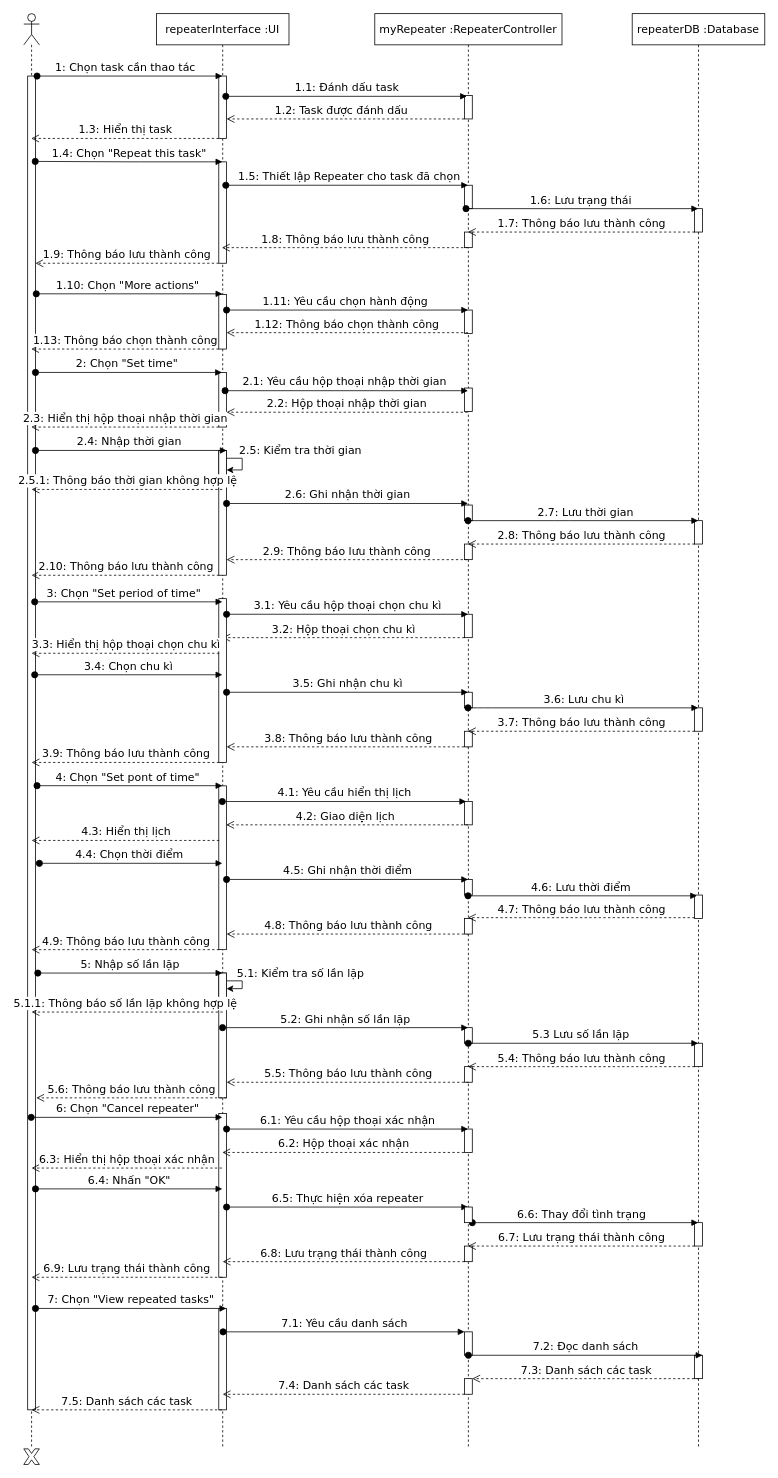
The draw.io diagram ToDoApp-Doc/Document/Diagram/Sequence Diagram/Repeater/Repeater-SD-final.drawio in Merevoli-DatLuu/To-Do-App, before the edit. Source tidied: cells renumbered, new cells numbered last; positions are measured from the earlier drawing's top-left corner, leaving out a move shared by most shapes. Both pictures are drawn from the tidied source at 78%, with x=0, y=0 at pixel (23, 13).
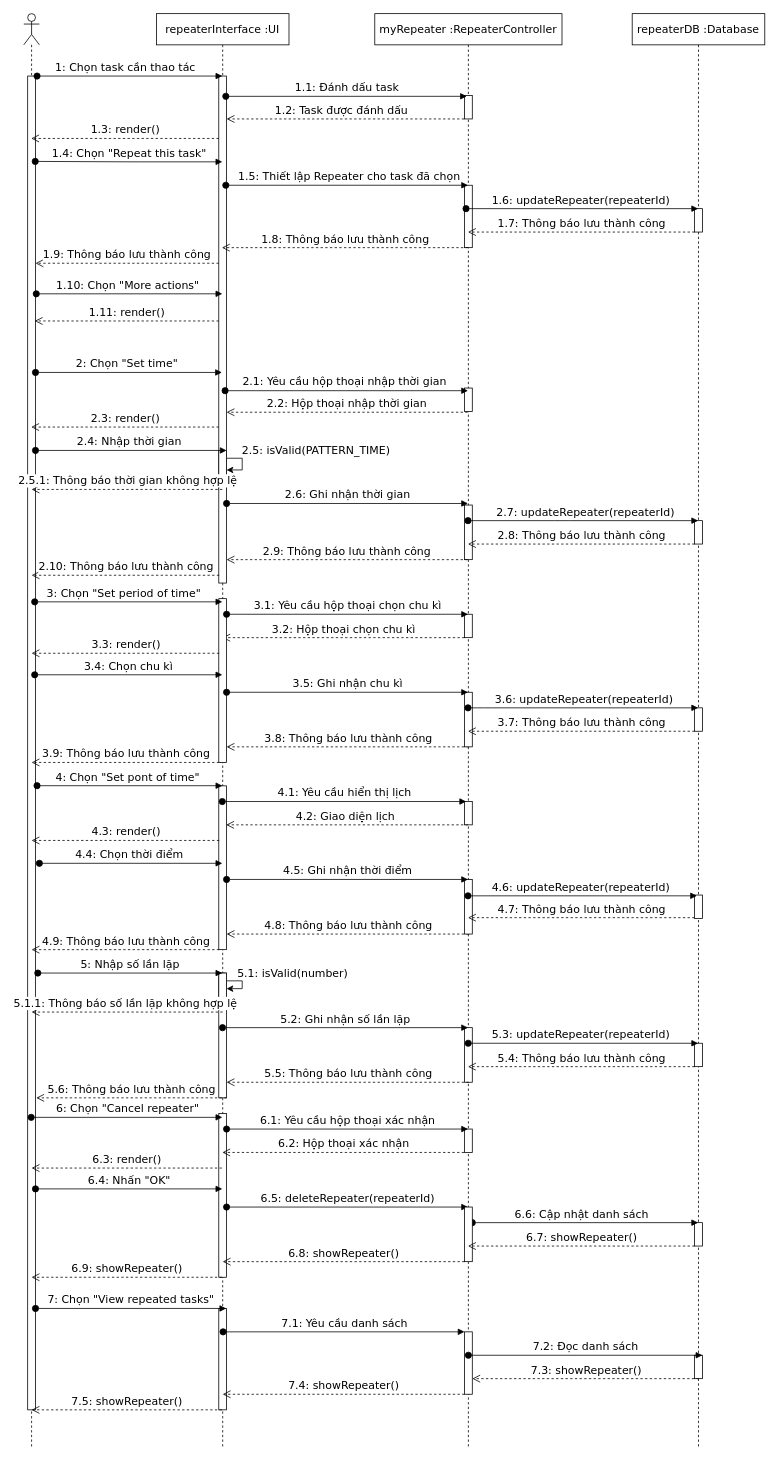
The same diagram, later.

Commit message (it also covers changes not shown here):
[Modified]: Edit Repeater Sequence Diagram

Unchanged cells that the change refers to:
```xml
<mxCell id="2" value="repeaterInterface :UI" style="shape=umlLifeline;perimeter=lifelinePerimeter;whiteSpace=wrap;outlineConnect=0;fontFamily=Verdana;fontSize=14;html=1;" parent="1" vertex="1">
  <mxGeometry x="170" width="170" height="1840" as="geometry" />
</mxCell>
<mxCell id="20" style="shape=umlLifeline;participant=umlActor;perimeter=lifelinePerimeter;whiteSpace=wrap;verticalAlign=top;spacingTop=36;outlineConnect=0;fontFamily=Verdana;fontSize=14;html=1;" parent="1" vertex="1">
  <mxGeometry width="20" height="1840" as="geometry" />
</mxCell>
<mxCell id="25" value="myRepeater :RepeaterController" style="shape=umlLifeline;perimeter=lifelinePerimeter;whiteSpace=wrap;outlineConnect=0;fontFamily=Verdana;fontSize=14;html=1;" parent="1" vertex="1">
  <mxGeometry x="450" width="240" height="1840" as="geometry" />
</mxCell>
<mxCell id="45" value="repeaterDB :Database" style="shape=umlLifeline;perimeter=lifelinePerimeter;whiteSpace=wrap;outlineConnect=0;fontFamily=Verdana;fontSize=14;align=center;html=1;" parent="1" vertex="1">
  <mxGeometry x="780" width="170" height="1840" as="geometry" />
</mxCell>
```

Diff of the diagram source:
```diff
@@
     <mxCell id="10" style="points=[];perimeter=orthogonalPerimeter;fontFamily=Verdana;fontSize=14;html=1;" parent="2" vertex="1">
-      <mxGeometry x="80" y="80" width="10" height="80" as="geometry" />
+      <mxGeometry x="80" y="80" width="10" height="650" as="geometry" />
     </mxCell>
-    <mxCell id="11" style="perimeter=orthogonalPerimeter;fontFamily=Verdana;fontSize=14;html=1;" parent="2" vertex="1">
-      <mxGeometry x="80" y="190" width="10" height="130" as="geometry" />
-    </mxCell>
-    <mxCell id="12" style="points=[];perimeter=orthogonalPerimeter;fontFamily=Verdana;fontSize=14;html=1;" parent="2" vertex="1">
-      <mxGeometry x="80" y="360" width="10" height="70" as="geometry" />
-    </mxCell>
-    <mxCell id="13" style="perimeter=orthogonalPerimeter;fontFamily=Verdana;fontSize=14;html=1;" parent="2" vertex="1">
-      <mxGeometry x="80" y="460" width="10" height="70" as="geometry" />
-    </mxCell>
-    <mxCell id="14" style="html=1;perimeter=orthogonalPerimeter;fontFamily=Verdana;fontSize=14;" parent="2" vertex="1">
-      <mxGeometry x="80" y="560" width="10" height="160" as="geometry" />
-    </mxCell>
@@
     <mxCell id="27" style="perimeter=orthogonalPerimeter;fontFamily=Verdana;fontSize=14;html=1;" parent="25" vertex="1">
-      <mxGeometry x="115" y="1690" width="10" height="30" as="geometry" />
+      <mxGeometry x="115" y="1690" width="10" height="80" as="geometry" />
     </mxCell>
@@
     <mxCell id="29" style="perimeter=orthogonalPerimeter;fontFamily=Verdana;fontSize=14;html=1;" parent="25" vertex="1">
-      <mxGeometry x="115" y="220" width="10" height="30" as="geometry" />
+      <mxGeometry x="115" y="220" width="10" height="80" as="geometry" />
     </mxCell>
-    <mxCell id="30" style="perimeter=orthogonalPerimeter;fontFamily=Verdana;fontSize=14;html=1;" parent="25" vertex="1">
-      <mxGeometry x="115" y="280" width="10" height="20" as="geometry" />
-    </mxCell>
-    <mxCell id="31" style="perimeter=orthogonalPerimeter;fontFamily=Verdana;fontSize=14;html=1;" parent="25" vertex="1">
-      <mxGeometry x="115" y="380" width="10" height="30" as="geometry" />
-    </mxCell>
@@
-    <mxCell id="33" style="perimeter=orthogonalPerimeter;fontFamily=Verdana;fontSize=14;html=1;" parent="25" vertex="1">
-      <mxGeometry x="115" y="630" width="10" height="20" as="geometry" />
-    </mxCell>
-    <mxCell id="34" style="perimeter=orthogonalPerimeter;fontFamily=Verdana;fontSize=14;html=1;" parent="25" vertex="1">
-      <mxGeometry x="115" y="680" width="10" height="20" as="geometry" />
-    </mxCell>
@@
-    <mxCell id="36" style="perimeter=orthogonalPerimeter;fontFamily=Verdana;fontSize=14;html=1;" parent="25" vertex="1">
-      <mxGeometry x="115" y="870" width="10" height="20" as="geometry" />
-    </mxCell>
-    <mxCell id="37" style="perimeter=orthogonalPerimeter;fontFamily=Verdana;fontSize=14;html=1;" parent="25" vertex="1">
-      <mxGeometry x="115" y="920" width="10" height="20" as="geometry" />
-    </mxCell>
@@
-    <mxCell id="39" style="perimeter=orthogonalPerimeter;fontFamily=Verdana;fontSize=14;html=1;" parent="25" vertex="1">
-      <mxGeometry x="115" y="1160" width="10" height="20" as="geometry" />
-    </mxCell>
     <mxCell id="40" style="perimeter=orthogonalPerimeter;fontFamily=Verdana;fontSize=14;html=1;" parent="25" vertex="1">
-      <mxGeometry x="115" y="1110" width="10" height="20" as="geometry" />
+      <mxGeometry x="115" y="1110" width="10" height="70" as="geometry" />
     </mxCell>
-    <mxCell id="41" style="perimeter=orthogonalPerimeter;fontFamily=Verdana;fontSize=14;html=1;" parent="25" vertex="1">
-      <mxGeometry x="115" y="1350" width="10" height="20" as="geometry" />
-    </mxCell>
     <mxCell id="42" style="perimeter=orthogonalPerimeter;fontFamily=Verdana;fontSize=14;html=1;" parent="25" vertex="1">
-      <mxGeometry x="115" y="1300" width="10" height="20" as="geometry" />
+      <mxGeometry x="115" y="1300" width="10" height="70" as="geometry" />
     </mxCell>
-    <mxCell id="43" style="perimeter=orthogonalPerimeter;fontFamily=Verdana;fontSize=14;html=1;" parent="25" vertex="1">
-      <mxGeometry x="115" y="1580" width="10" height="20" as="geometry" />
-    </mxCell>
-    <mxCell id="44" style="perimeter=orthogonalPerimeter;fontFamily=Verdana;fontSize=14;html=1;" parent="25" vertex="1">
-      <mxGeometry x="115" y="1750" width="10" height="20" as="geometry" />
-    </mxCell>
+    <mxCell id="119" style="perimeter=orthogonalPerimeter;fontFamily=Verdana;fontSize=14;html=1;" parent="25" vertex="1">
+      <mxGeometry x="115" y="630" width="10" height="70" as="geometry" />
+    </mxCell>
+    <mxCell id="120" style="html=1;perimeter=orthogonalPerimeter;fontFamily=Verdana;fontSize=14;" parent="25" vertex="1">
+      <mxGeometry x="115" y="870" width="10" height="70" as="geometry" />
+    </mxCell>
@@
-    <mxCell id="55" value="1.6: Lưu trạng thái" style="verticalAlign=bottom;startArrow=oval;startFill=1;endArrow=block;startSize=8;fontFamily=Verdana;fontSize=14;html=1;" parent="1" edge="1" target="45">
+    <mxCell id="55" value="1.6: updateRepeater(repeaterId)" style="verticalAlign=bottom;startArrow=oval;startFill=1;endArrow=block;startSize=8;fontFamily=Verdana;fontSize=14;html=1;" parent="1" edge="1" target="45">
       <mxGeometry x="-0.01" relative="1" as="geometry">
         <mxPoint x="567" y="250" as="sourcePoint" />
       </mxGeometry>
     </mxCell>
@@
-    <mxCell id="60" value="1.11: Yêu cầu chọn hành động" style="verticalAlign=bottom;startArrow=oval;startFill=1;endArrow=block;startSize=8;fontFamily=Verdana;fontSize=14;html=1;" parent="1" edge="1" target="25">
-      <mxGeometry x="-0.02" relative="1" as="geometry">
-        <mxPoint x="260" y="380" as="sourcePoint" />
-      </mxGeometry>
-    </mxCell>
-    <mxCell id="61" value="2.5: Kiểm tra thời gian" style="text;strokeColor=none;fillColor=none;align=center;verticalAlign=middle;whiteSpace=wrap;rounded=0;fontFamily=Verdana;fontSize=14;html=1;" parent="1" vertex="1">
-      <mxGeometry x="270" y="550" width="170" height="20" as="geometry" />
+    <mxCell id="61" value="2.5: isValid(PATTERN_TIME)" style="text;strokeColor=none;fillColor=none;align=center;verticalAlign=middle;whiteSpace=wrap;rounded=0;fontFamily=Verdana;fontSize=14;html=1;" parent="1" vertex="1">
+      <mxGeometry x="270" y="550" width="210" height="20" as="geometry" />
     </mxCell>
-    <mxCell id="62" value="1.12: Thông báo chọn thành công" style="verticalAlign=bottom;endArrow=open;dashed=1;endSize=8;fontFamily=Verdana;fontSize=14;entryX=1;entryY=0.7;entryDx=0;entryDy=0;entryPerimeter=0;html=1;" parent="1" edge="1" source="25" target="12">
-      <mxGeometry x="0.2" y="-31" relative="1" as="geometry">
-        <mxPoint x="30" y="31" as="offset" />
-      </mxGeometry>
-    </mxCell>
@@
-    <mxCell id="68" value="3.6: Lưu chu kì" style="verticalAlign=bottom;startArrow=oval;startFill=1;endArrow=block;startSize=8;fontFamily=Verdana;fontSize=14;html=1;" parent="1" edge="1" source="25" target="45">
+    <mxCell id="68" value="3.6: updateRepeater(repeaterId)" style="verticalAlign=bottom;startArrow=oval;startFill=1;endArrow=block;startSize=8;fontFamily=Verdana;fontSize=14;html=1;" parent="1" edge="1" source="25" target="45">
       <mxGeometry relative="1" as="geometry">
         <Array as="points">
           <mxPoint x="590" y="890" />
         </Array>
       </mxGeometry>
     </mxCell>
@@
-    <mxCell id="75" value="5.1: Kiểm tra số lần lặp" style="text;strokeColor=none;fillColor=none;align=center;verticalAlign=middle;whiteSpace=wrap;rounded=0;fontFamily=Verdana;fontSize=14;html=1;" parent="1" vertex="1">
-      <mxGeometry x="270" y="1220" width="170" height="20" as="geometry" />
+    <mxCell id="75" value="5.1: isValid(number)" style="text;strokeColor=none;fillColor=none;align=center;verticalAlign=middle;whiteSpace=wrap;rounded=0;fontFamily=Verdana;fontSize=14;html=1;" parent="1" vertex="1">
+      <mxGeometry x="270" y="1220" width="150" height="20" as="geometry" />
     </mxCell>
@@
-    <mxCell id="80" value="6.5: Thực hiện xóa repeater" style="verticalAlign=bottom;startArrow=oval;startFill=1;endArrow=block;startSize=8;fontFamily=Verdana;fontSize=14;html=1;" parent="1" edge="1">
+    <mxCell id="80" value="6.5: deleteRepeater(repeaterId)" style="verticalAlign=bottom;startArrow=oval;startFill=1;endArrow=block;startSize=8;fontFamily=Verdana;fontSize=14;html=1;" parent="1" edge="1">
       <mxGeometry relative="1" as="geometry">
         <mxPoint x="260" y="1530" as="sourcePoint" />
         <mxPoint x="569.5" y="1530" as="targetPoint" />
       </mxGeometry>
     </mxCell>
-    <mxCell id="81" value="6.6: Thay đổi tình trạng" style="verticalAlign=bottom;startArrow=oval;startFill=1;endArrow=block;startSize=8;fontFamily=Verdana;fontSize=14;html=1;" parent="1" edge="1">
+    <mxCell id="81" value="6.6: Cập nhật danh sách" style="verticalAlign=bottom;startArrow=oval;startFill=1;endArrow=block;startSize=8;fontFamily=Verdana;fontSize=14;html=1;" parent="1" edge="1">
       <mxGeometry x="-0.03" relative="1" as="geometry">
         <mxPoint x="575" y="1550" as="sourcePoint" />
         <mxPoint x="864.5" y="1550" as="targetPoint" />
       </mxGeometry>
     </mxCell>
@@
-    <mxCell id="84" value="1.3: Hiển thị task" style="verticalAlign=bottom;endArrow=open;dashed=1;endSize=8;fontFamily=Verdana;fontSize=14;html=1;" parent="1" edge="1" target="20">
+    <mxCell id="84" value="1.3: render()" style="verticalAlign=bottom;endArrow=open;dashed=1;endSize=8;fontFamily=Verdana;fontSize=14;html=1;" parent="1" edge="1" target="20">
       <mxGeometry relative="1" as="geometry">
         <mxPoint x="250" y="160" as="sourcePoint" />
       </mxGeometry>
     </mxCell>
@@
-    <mxCell id="89" value="1.13: Thông báo chọn thành công" style="verticalAlign=bottom;endArrow=open;dashed=1;endSize=8;fontFamily=Verdana;fontSize=14;html=1;" parent="1" edge="1" target="20">
-      <mxGeometry relative="1" as="geometry">
-        <mxPoint x="250" y="430" as="sourcePoint" />
-      </mxGeometry>
-    </mxCell>
@@
-    <mxCell id="91" value="2.3: Hiển thị hộp thoại nhập thời gian" style="verticalAlign=bottom;endArrow=open;dashed=1;endSize=8;fontFamily=Verdana;fontSize=14;exitX=0;exitY=1;exitDx=0;exitDy=0;exitPerimeter=0;html=1;" parent="1" edge="1" target="20">
+    <mxCell id="91" value="2.3: render()" style="verticalAlign=bottom;endArrow=open;dashed=1;endSize=8;fontFamily=Verdana;fontSize=14;exitX=0;exitY=1;exitDx=0;exitDy=0;exitPerimeter=0;html=1;" parent="1" edge="1" target="20">
       <mxGeometry relative="1" as="geometry">
         <mxPoint x="250" y="530" as="sourcePoint" />
       </mxGeometry>
     </mxCell>
@@
-    <mxCell id="94" value="2.7: Lưu thời gian" style="verticalAlign=bottom;startArrow=oval;startFill=1;endArrow=block;startSize=8;fontFamily=Verdana;fontSize=14;html=1;" parent="1" edge="1" source="25" target="45">
+    <mxCell id="94" value="2.7: updateRepeater(repeaterId)" style="verticalAlign=bottom;startArrow=oval;startFill=1;endArrow=block;startSize=8;fontFamily=Verdana;fontSize=14;html=1;" parent="1" edge="1" source="25" target="45">
       <mxGeometry x="0.02" relative="1" as="geometry">
         <Array as="points">
           <mxPoint x="690" y="650" />
         </Array>
       </mxGeometry>
     </mxCell>
@@
-    <mxCell id="97" value="3.3: Hiển thị hộp thoại chọn chu kì" style="verticalAlign=bottom;endArrow=open;dashed=1;endSize=8;fontFamily=Verdana;fontSize=14;exitX=0;exitY=1;exitDx=0;exitDy=0;exitPerimeter=0;html=1;" parent="1" edge="1">
+    <mxCell id="97" value="3.3: render()" style="verticalAlign=bottom;endArrow=open;dashed=1;endSize=8;fontFamily=Verdana;fontSize=14;exitX=0;exitY=1;exitDx=0;exitDy=0;exitPerimeter=0;html=1;" parent="1" edge="1">
       <mxGeometry relative="1" as="geometry">
         <mxPoint x="250.5" y="820" as="sourcePoint" />
         <mxPoint x="10" y="820" as="targetPoint" />
       </mxGeometry>
     </mxCell>
@@
-    <mxCell id="101" value="4.3: Hiển thị lịch" style="verticalAlign=bottom;endArrow=open;dashed=1;endSize=8;fontFamily=Verdana;fontSize=14;exitX=0;exitY=1;exitDx=0;exitDy=0;exitPerimeter=0;html=1;" parent="1" edge="1">
+    <mxCell id="101" value="4.3: render()" style="verticalAlign=bottom;endArrow=open;dashed=1;endSize=8;fontFamily=Verdana;fontSize=14;exitX=0;exitY=1;exitDx=0;exitDy=0;exitPerimeter=0;html=1;" parent="1" edge="1">
       <mxGeometry relative="1" as="geometry">
         <mxPoint x="250.5" y="1060" as="sourcePoint" />
         <mxPoint x="10" y="1060" as="targetPoint" />
       </mxGeometry>
     </mxCell>
-    <mxCell id="102" value="4.6: Lưu thời điểm" style="verticalAlign=bottom;startArrow=oval;startFill=1;endArrow=block;startSize=8;fontFamily=Verdana;fontSize=14;html=1;entryX=0.488;entryY=0.631;entryDx=0;entryDy=0;entryPerimeter=0;" parent="1" edge="1">
+    <mxCell id="102" value="4.6: updateRepeater(repeaterId)" style="verticalAlign=bottom;startArrow=oval;startFill=1;endArrow=block;startSize=8;fontFamily=Verdana;fontSize=14;html=1;entryX=0.488;entryY=0.631;entryDx=0;entryDy=0;entryPerimeter=0;" parent="1" edge="1">
       <mxGeometry x="-0.02" relative="1" as="geometry">
         <mxPoint x="569.5" y="1131" as="sourcePoint" />
         <mxPoint x="863" y="1131" as="targetPoint" />
       </mxGeometry>
     </mxCell>
@@
-    <mxCell id="106" value="5.3 Lưu số lần lặp" style="verticalAlign=bottom;startArrow=oval;startFill=1;endArrow=block;startSize=8;fontFamily=Verdana;fontSize=14;html=1;" parent="1" edge="1">
+    <mxCell id="106" value="5.3: updateRepeater(repeaterId)" style="verticalAlign=bottom;startArrow=oval;startFill=1;endArrow=block;startSize=8;fontFamily=Verdana;fontSize=14;html=1;" parent="1" edge="1">
       <mxGeometry x="-0.02" relative="1" as="geometry">
         <mxPoint x="569.8" y="1320" as="sourcePoint" />
         <mxPoint x="864.5" y="1320" as="targetPoint" />
       </mxGeometry>
     </mxCell>
@@
-    <mxCell id="110" value="6.3: Hiển thị hộp thoại xác nhận" style="verticalAlign=bottom;endArrow=open;dashed=1;endSize=8;fontFamily=Verdana;fontSize=14;html=1;" parent="1" edge="1">
+    <mxCell id="110" value="6.3: render()" style="verticalAlign=bottom;endArrow=open;dashed=1;endSize=8;fontFamily=Verdana;fontSize=14;html=1;" parent="1" edge="1">
       <mxGeometry relative="1" as="geometry">
         <mxPoint x="254" y="1480" as="sourcePoint" />
         <mxPoint x="10" y="1480" as="targetPoint" />
       </mxGeometry>
     </mxCell>
     <mxCell id="111" style="perimeter=orthogonalPerimeter;fontFamily=Verdana;fontSize=14;html=1;" parent="1" vertex="1">
-      <mxGeometry x="565" y="1530" width="10" height="20" as="geometry" />
+      <mxGeometry x="565" y="1530" width="10" height="70" as="geometry" />
     </mxCell>
-    <mxCell id="112" value="6.7: Lưu trạng thái thành công" style="verticalAlign=bottom;endArrow=open;dashed=1;endSize=8;fontFamily=Verdana;fontSize=14;html=1;" parent="1" edge="1">
+    <mxCell id="112" value="6.7: showRepeater()" style="verticalAlign=bottom;endArrow=open;dashed=1;endSize=8;fontFamily=Verdana;fontSize=14;html=1;" parent="1" edge="1">
       <mxGeometry relative="1" as="geometry">
         <mxPoint x="860" y="1580" as="sourcePoint" />
         <mxPoint x="569.5" y="1580" as="targetPoint" />
       </mxGeometry>
     </mxCell>
-    <mxCell id="113" value="6.8: Lưu trạng thái&amp;nbsp;thành công" style="verticalAlign=bottom;endArrow=open;dashed=1;endSize=8;fontFamily=Verdana;fontSize=14;html=1;" parent="1" edge="1">
+    <mxCell id="113" value="6.8: showRepeater()" style="verticalAlign=bottom;endArrow=open;dashed=1;endSize=8;fontFamily=Verdana;fontSize=14;html=1;" parent="1" edge="1">
       <mxGeometry relative="1" as="geometry">
         <mxPoint x="565" y="1600" as="sourcePoint" />
         <mxPoint x="255" y="1600" as="targetPoint" />
       </mxGeometry>
     </mxCell>
-    <mxCell id="114" value="6.9: Lưu trạng thái&amp;nbsp;thành công" style="verticalAlign=bottom;endArrow=open;dashed=1;endSize=8;fontFamily=Verdana;fontSize=14;html=1;" parent="1" edge="1">
+    <mxCell id="114" value="6.9: showRepeater()" style="verticalAlign=bottom;endArrow=open;dashed=1;endSize=8;fontFamily=Verdana;fontSize=14;html=1;" parent="1" edge="1">
       <mxGeometry relative="1" as="geometry">
         <mxPoint x="254" y="1620" as="sourcePoint" />
         <mxPoint x="10" y="1620" as="targetPoint" />
       </mxGeometry>
     </mxCell>
-    <mxCell id="115" style="verticalLabelPosition=bottom;verticalAlign=top;shape=mxgraph.basic.x;fontFamily=Verdana;fontSize=14;html=1;" parent="1" vertex="1">
-      <mxGeometry y="1840" width="20" height="20" as="geometry" />
-    </mxCell>
-    <mxCell id="116" value="7.3: Danh sách các task" style="verticalAlign=bottom;endArrow=open;dashed=1;endSize=8;fontFamily=Verdana;fontSize=14;html=1;" parent="1" edge="1">
+    <mxCell id="116" value="7.3: showRepeater()" style="verticalAlign=bottom;endArrow=open;dashed=1;endSize=8;fontFamily=Verdana;fontSize=14;html=1;" parent="1" edge="1">
       <mxGeometry relative="1" as="geometry">
         <mxPoint x="865.5" y="1750" as="sourcePoint" />
         <mxPoint x="575" y="1750" as="targetPoint" />
       </mxGeometry>
     </mxCell>
-    <mxCell id="117" value="7.4: Danh sách các task" style="verticalAlign=bottom;endArrow=open;dashed=1;endSize=8;fontFamily=Verdana;fontSize=14;html=1;" parent="1" edge="1">
+    <mxCell id="117" value="7.4: showRepeater()" style="verticalAlign=bottom;endArrow=open;dashed=1;endSize=8;fontFamily=Verdana;fontSize=14;html=1;" parent="1" edge="1">
       <mxGeometry relative="1" as="geometry">
         <mxPoint x="565" y="1770" as="sourcePoint" />
         <mxPoint x="255" y="1770" as="targetPoint" />
       </mxGeometry>
     </mxCell>
-    <mxCell id="118" value="7.5: Danh sách các task" style="verticalAlign=bottom;endArrow=open;dashed=1;endSize=8;fontFamily=Verdana;fontSize=14;html=1;" parent="1" edge="1">
+    <mxCell id="118" value="7.5: showRepeater()" style="verticalAlign=bottom;endArrow=open;dashed=1;endSize=8;fontFamily=Verdana;fontSize=14;html=1;" parent="1" edge="1">
       <mxGeometry relative="1" as="geometry">
         <mxPoint x="254" y="1790" as="sourcePoint" />
         <mxPoint x="10" y="1790" as="targetPoint" />
       </mxGeometry>
     </mxCell>
+    <mxCell id="121" value="1.11: render()" style="html=1;verticalAlign=bottom;endArrow=open;dashed=1;endSize=8;fontFamily=Verdana;fontSize=14;" parent="1" edge="1">
+      <mxGeometry relative="1" as="geometry">
+        <mxPoint x="250" y="394" as="sourcePoint" />
+        <mxPoint x="14" y="394" as="targetPoint" />
+      </mxGeometry>
+    </mxCell>
```
